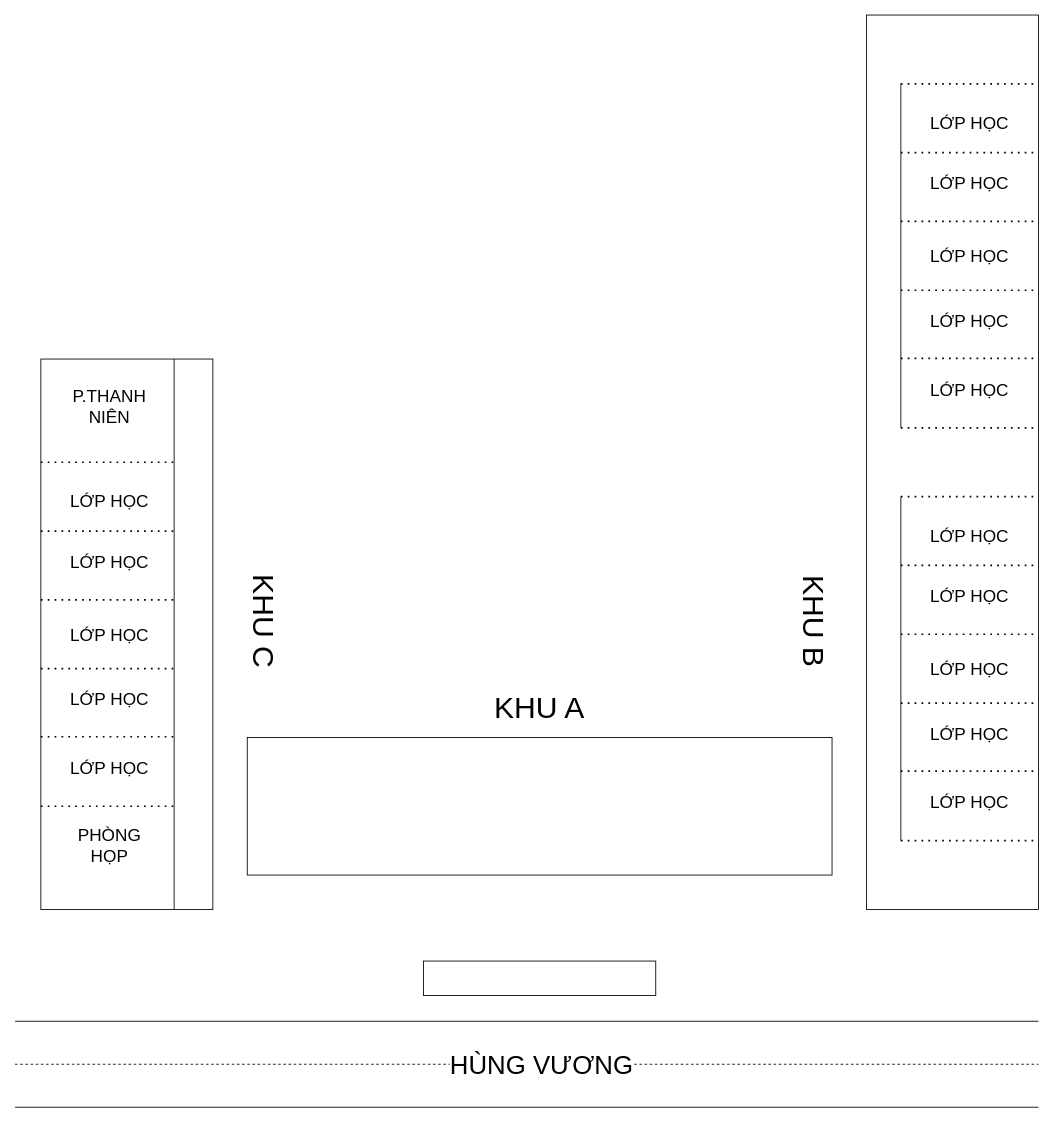
Before: Biểu đồ không có tiêu đề.drawio in TroiNguy3n/nguyendinhchieu, a draw.io diagram. Source tidied: cells renumbered, new cells numbered last; positions are measured from the earlier drawing's top-left corner, leaving out a move shared by most shapes. Both pictures are drawn from the tidied source at 86%, with x=0, y=0 at pixel (15, 15).
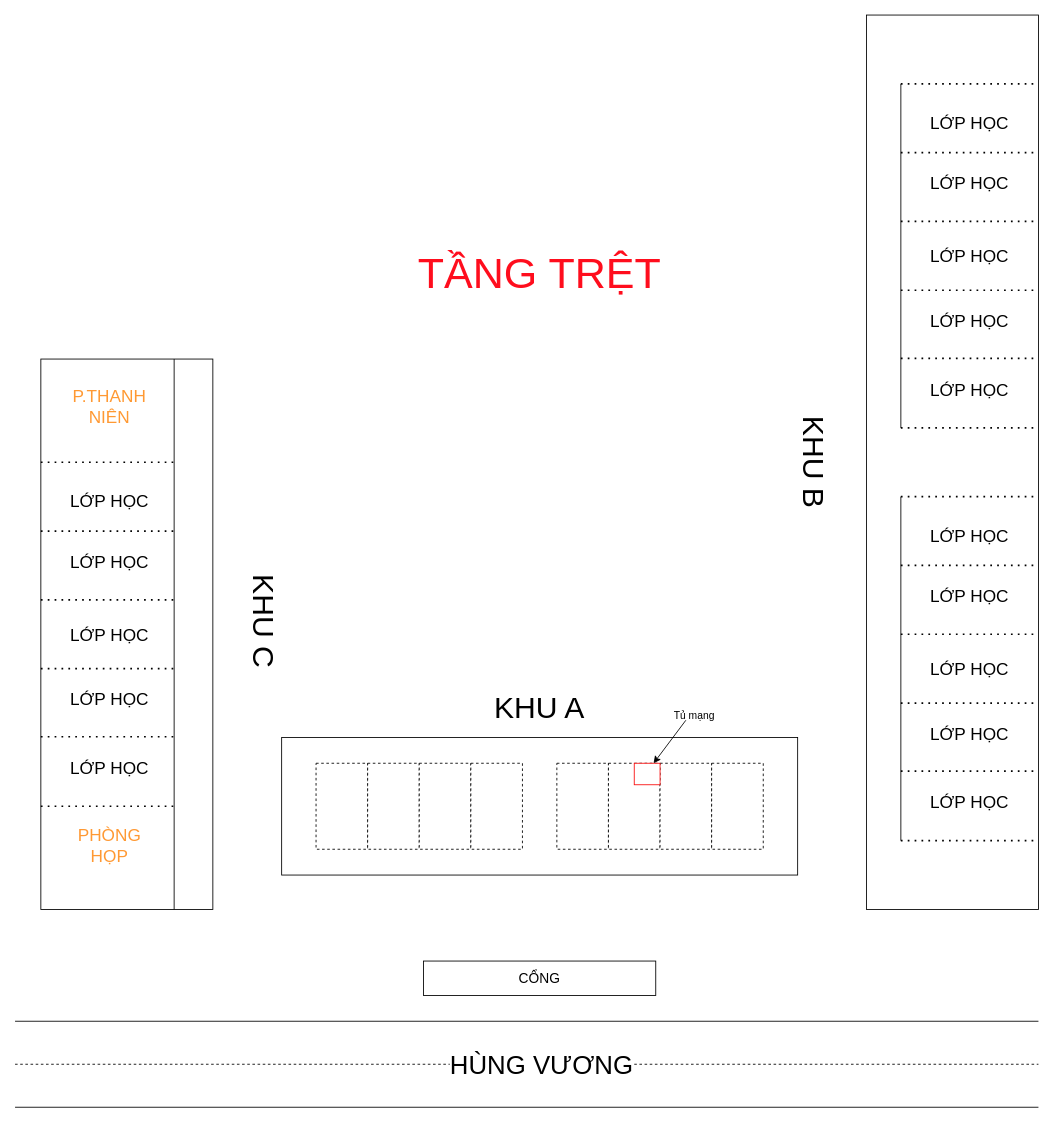
The same page after the edit.

Commit message:
Cập nhật Biểu đồ không có tiêu đề.drawio

What changed in the source:
```diff
@@
     <mxCell id="8" style="rounded=0;whiteSpace=wrap;html=1;" parent="1" vertex="1">
-      <mxGeometry x="270" y="840" width="680" height="160" as="geometry" />
+      <mxGeometry x="310" y="840" width="600" height="160" as="geometry" />
     </mxCell>
@@
-    <mxCell id="17" value="&lt;font style=&quot;font-size: 20px;&quot;&gt;PHÒNG HỌP&lt;/font&gt;" style="text;html=1;strokeColor=none;fillColor=none;align=center;verticalAlign=middle;whiteSpace=wrap;rounded=0;" parent="1" vertex="1">
+    <mxCell id="17" value="&lt;font style=&quot;font-size: 20px;&quot;&gt;PHÒNG HỌP&lt;/font&gt;" style="text;html=1;strokeColor=none;fillColor=none;align=center;verticalAlign=middle;whiteSpace=wrap;rounded=0;fontColor=#FF9933;" parent="1" vertex="1">
       <mxGeometry x="80" y="950" width="60" height="30" as="geometry" />
     </mxCell>
-    <mxCell id="18" value="&lt;font style=&quot;font-size: 20px;&quot;&gt;P.THANH NIÊN&lt;/font&gt;" style="text;html=1;strokeColor=none;fillColor=none;align=center;verticalAlign=middle;whiteSpace=wrap;rounded=0;" parent="1" vertex="1">
+    <mxCell id="18" value="&lt;font style=&quot;font-size: 20px;&quot;&gt;P.THANH NIÊN&lt;/font&gt;" style="text;html=1;strokeColor=none;fillColor=none;align=center;verticalAlign=middle;whiteSpace=wrap;rounded=0;fontColor=#FF9933;" parent="1" vertex="1">
       <mxGeometry x="80" y="440" width="60" height="30" as="geometry" />
     </mxCell>
@@
     <mxCell id="20" value="&lt;font style=&quot;font-size: 35px;&quot;&gt;KHU B&lt;/font&gt;" style="text;html=1;strokeColor=none;fillColor=none;align=center;verticalAlign=middle;whiteSpace=wrap;rounded=0;rotation=90;" parent="1" vertex="1">
-      <mxGeometry x="870" y="690" width="120" height="30" as="geometry" />
+      <mxGeometry x="870" y="505" width="120" height="30" as="geometry" />
     </mxCell>
@@
+    <mxCell id="51" value="&lt;font style=&quot;font-size: 50px;&quot;&gt;TẦNG TRỆT&lt;/font&gt;" style="text;html=1;strokeColor=none;fillColor=none;align=center;verticalAlign=middle;whiteSpace=wrap;rounded=0;rotation=0;fontSize=50;fontColor=#FF0D1D;" parent="1" vertex="1">
+      <mxGeometry x="425" y="250" width="370" height="100" as="geometry" />
+    </mxCell>
+    <mxCell id="52" style="rounded=0;whiteSpace=wrap;html=1;dashed=1;" parent="1" vertex="1">
+      <mxGeometry x="630" y="870" width="60" height="100" as="geometry" />
+    </mxCell>
+    <mxCell id="53" style="rounded=0;whiteSpace=wrap;html=1;dashed=1;" parent="1" vertex="1">
+      <mxGeometry x="690" y="870" width="60" height="100" as="geometry" />
+    </mxCell>
+    <mxCell id="54" style="rounded=0;whiteSpace=wrap;html=1;dashed=1;" parent="1" vertex="1">
+      <mxGeometry x="750" y="870" width="60" height="100" as="geometry" />
+    </mxCell>
+    <mxCell id="55" style="rounded=0;whiteSpace=wrap;html=1;dashed=1;" parent="1" vertex="1">
+      <mxGeometry x="810" y="870" width="60" height="100" as="geometry" />
+    </mxCell>
+    <mxCell id="56" style="rounded=0;whiteSpace=wrap;html=1;dashed=1;" parent="1" vertex="1">
+      <mxGeometry x="350" y="870" width="60" height="100" as="geometry" />
+    </mxCell>
+    <mxCell id="57" style="rounded=0;whiteSpace=wrap;html=1;dashed=1;" parent="1" vertex="1">
+      <mxGeometry x="410" y="870" width="60" height="100" as="geometry" />
+    </mxCell>
+    <mxCell id="58" style="rounded=0;whiteSpace=wrap;html=1;dashed=1;" parent="1" vertex="1">
+      <mxGeometry x="470" y="870" width="60" height="100" as="geometry" />
+    </mxCell>
+    <mxCell id="59" style="rounded=0;whiteSpace=wrap;html=1;dashed=1;" parent="1" vertex="1">
+      <mxGeometry x="530" y="870" width="60" height="100" as="geometry" />
+    </mxCell>
+    <mxCell id="60" style="rounded=0;whiteSpace=wrap;html=1;strokeColor=#f90b0b;" parent="1" vertex="1">
+      <mxGeometry x="720" y="870" width="30" height="25" as="geometry" />
+    </mxCell>
+    <mxCell id="61" value="&lt;font style=&quot;font-size: 16px;&quot;&gt;CỔNG&lt;/font&gt;" style="text;html=1;strokeColor=none;fillColor=none;align=center;verticalAlign=middle;whiteSpace=wrap;rounded=0;" parent="1" vertex="1">
+      <mxGeometry x="580" y="1105" width="60" height="30" as="geometry" />
+    </mxCell>
+    <mxCell id="62" style="endArrow=classic;html=1;rounded=0;entryX=0.75;entryY=0;entryDx=0;entryDy=0;" parent="1" edge="1" target="60">
+      <mxGeometry relative="1" as="geometry">
+        <mxPoint x="780" y="820" as="sourcePoint" />
+      </mxGeometry>
+    </mxCell>
+    <mxCell id="63" value="Tủ mạng" style="text;html=1;strokeColor=none;fillColor=none;align=center;verticalAlign=middle;whiteSpace=wrap;rounded=0;" parent="1" vertex="1">
+      <mxGeometry x="760" y="800" width="60" height="30" as="geometry" />
+    </mxCell>
```
